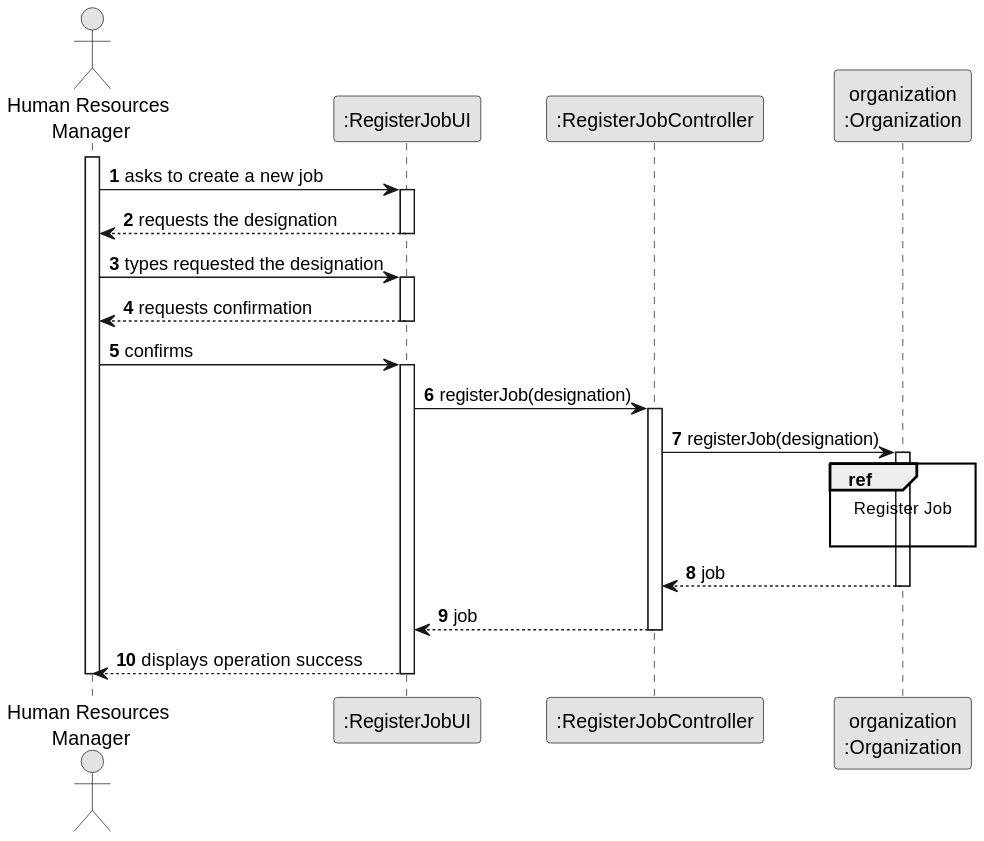
diogoveirospro/lei-24-s2-1dg-g072 keeps this PlantUML diagram as docs/sprintB/us002/03.design/svg/us002-sequence-diagram-split.svg. Above is the earlier version.
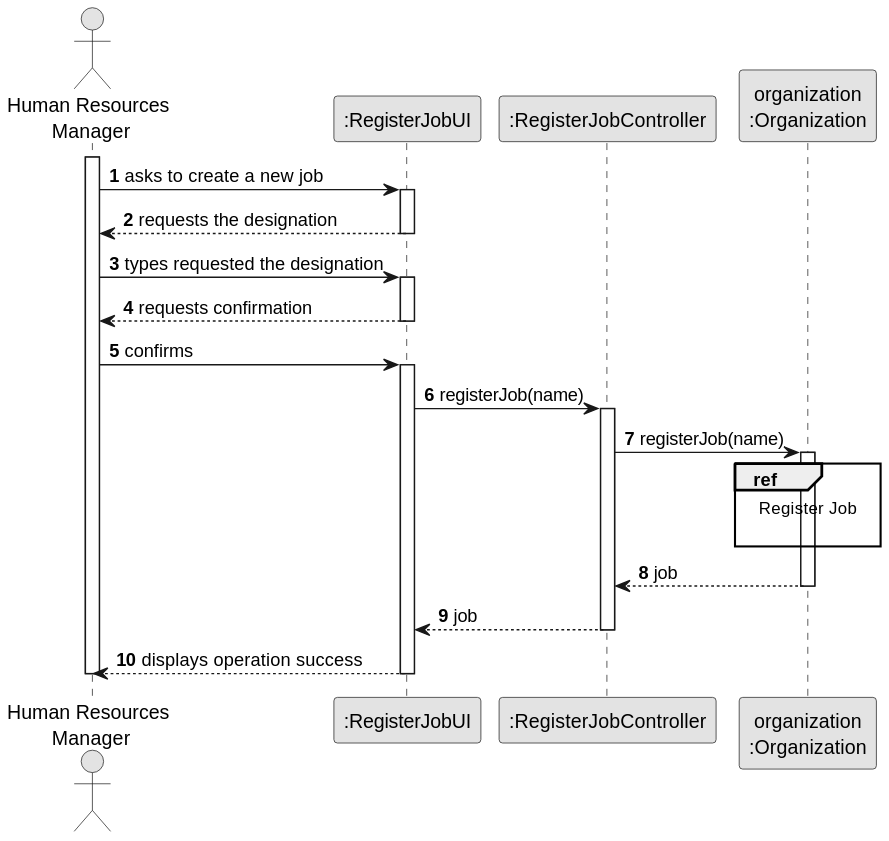
The same file after the commit.

Commit message:
Corrections to the partial and full sequence diagram and completion of the class diagram.

The edit, as a diff of the source:
```diff
@@ -28,10 +28,10 @@
     HRM -> UI : confirms
     activate UI
 
-        UI -> CTRL : registerJob(designation)
+        UI -> CTRL : registerJob(name)
         activate CTRL
 
-            CTRL -> ORG : registerJob(designation)
+            CTRL -> ORG : registerJob(name)
             activate ORG
 
             ref over ORG
```
